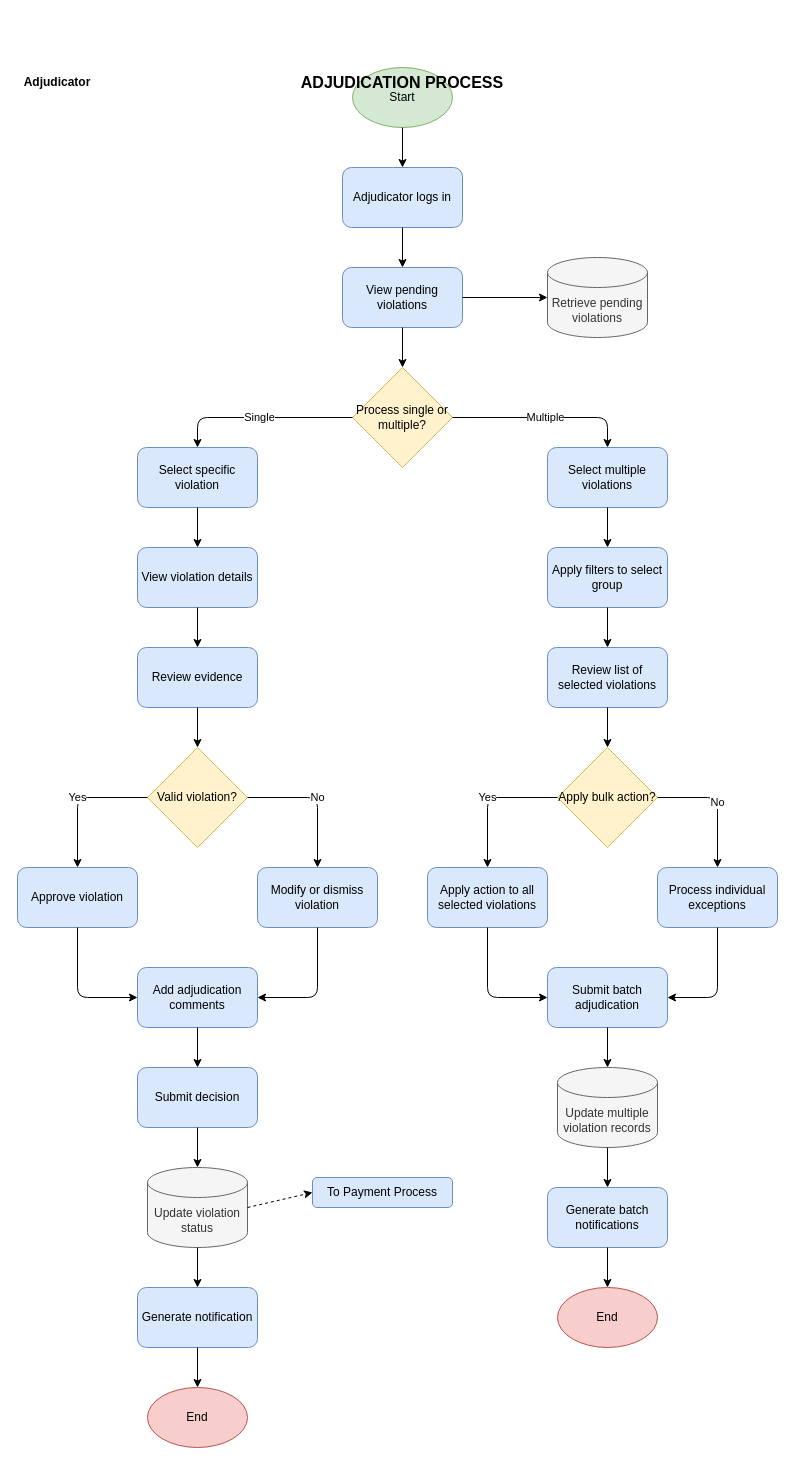
Above: adjudication_process.drawio in PotatoLover169/CTTMO-Traffic-violation-Management-System (draw.io), before the change. Source tidied: cells renumbered, new cells numbered last; positions are measured from the earlier drawing's top-left corner, leaving out a move shared by most shapes. Both pictures are drawn from the tidied source at 100%, with x=0, y=0 at pixel (17, 67).
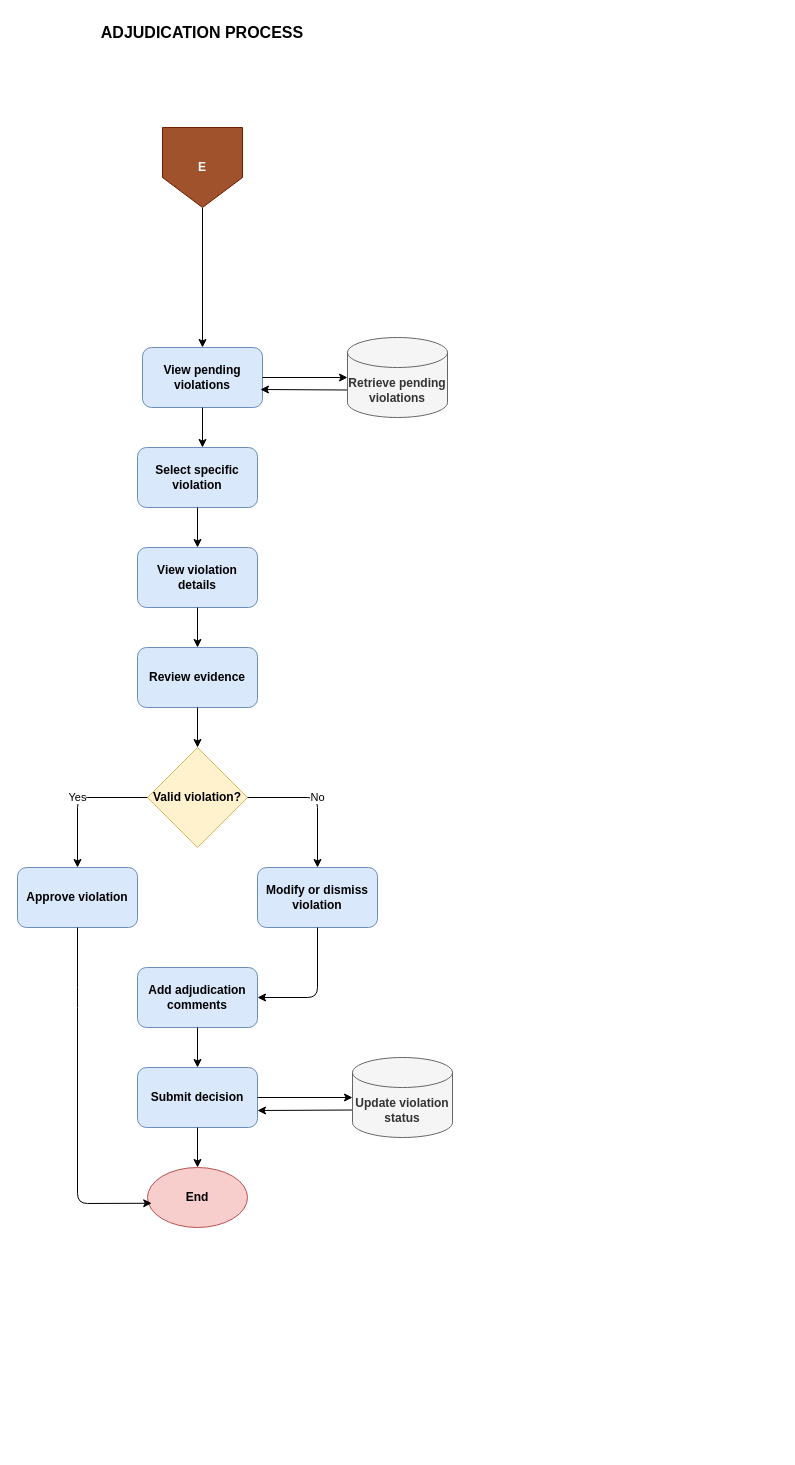
The same diagram, later.

What changed in the source:
```diff
@@
-    <mxCell id="2" value="Start" style="ellipse;whiteSpace=wrap;html=1;fillColor=#d5e8d4;strokeColor=#82b366;" parent="1" vertex="1">
-      <mxGeometry x="335" width="100" height="60" as="geometry" />
-    </mxCell>
-    <mxCell id="3" value="Adjudicator logs in" style="rounded=1;whiteSpace=wrap;html=1;fillColor=#dae8fc;strokeColor=#6c8ebf;" parent="1" vertex="1">
-      <mxGeometry x="325" y="100" width="120" height="60" as="geometry" />
-    </mxCell>
-    <mxCell id="4" value="View pending violations" style="rounded=1;whiteSpace=wrap;html=1;fillColor=#dae8fc;strokeColor=#6c8ebf;" parent="1" vertex="1">
-      <mxGeometry x="325" y="200" width="120" height="60" as="geometry" />
+    <mxCell id="4" value="&lt;b&gt;View pending violations&lt;/b&gt;" style="rounded=1;whiteSpace=wrap;html=1;fillColor=#dae8fc;strokeColor=#6c8ebf;" parent="1" vertex="1">
+      <mxGeometry x="125" y="280" width="120" height="60" as="geometry" />
     </mxCell>
+    <mxCell id="59" style="edgeStyle=none;html=1;exitX=0;exitY=0;exitDx=0;exitDy=52.5;exitPerimeter=0;entryX=0.983;entryY=0.7;entryDx=0;entryDy=0;entryPerimeter=0;" parent="1" edge="1" source="5" target="4">
+      <mxGeometry relative="1" as="geometry" />
+    </mxCell>
-    <mxCell id="5" value="Retrieve pending violations" style="shape=cylinder3;whiteSpace=wrap;html=1;boundedLbl=1;backgroundOutline=1;size=15;fillColor=#f5f5f5;fontColor=#333333;strokeColor=#666666;" parent="1" vertex="1">
-      <mxGeometry x="530" y="190" width="100" height="80" as="geometry" />
+    <mxCell id="5" value="&lt;b&gt;Retrieve pending violations&lt;/b&gt;" style="shape=cylinder3;whiteSpace=wrap;html=1;boundedLbl=1;backgroundOutline=1;size=15;fillColor=#f5f5f5;fontColor=#333333;strokeColor=#666666;" parent="1" vertex="1">
+      <mxGeometry x="330" y="270" width="100" height="80" as="geometry" />
     </mxCell>
-    <mxCell id="6" value="Process single or multiple?" style="rhombus;whiteSpace=wrap;html=1;fillColor=#fff2cc;strokeColor=#d6b656;" parent="1" vertex="1">
-      <mxGeometry x="335" y="300" width="100" height="100" as="geometry" />
-    </mxCell>
-    <mxCell id="7" value="Select specific violation" style="rounded=1;whiteSpace=wrap;html=1;fillColor=#dae8fc;strokeColor=#6c8ebf;" parent="1" vertex="1">
+    <mxCell id="7" value="&lt;b&gt;Select specific violation&lt;/b&gt;" style="rounded=1;whiteSpace=wrap;html=1;fillColor=#dae8fc;strokeColor=#6c8ebf;" parent="1" vertex="1">
       <mxGeometry x="120" y="380" width="120" height="60" as="geometry" />
     </mxCell>
-    <mxCell id="8" value="Select multiple violations" style="rounded=1;whiteSpace=wrap;html=1;fillColor=#dae8fc;strokeColor=#6c8ebf;" parent="1" vertex="1">
-      <mxGeometry x="530" y="380" width="120" height="60" as="geometry" />
-    </mxCell>
-    <mxCell id="9" value="View violation details" style="rounded=1;whiteSpace=wrap;html=1;fillColor=#dae8fc;strokeColor=#6c8ebf;" parent="1" vertex="1">
+    <mxCell id="9" value="&lt;b&gt;View violation details&lt;/b&gt;" style="rounded=1;whiteSpace=wrap;html=1;fillColor=#dae8fc;strokeColor=#6c8ebf;" parent="1" vertex="1">
       <mxGeometry x="120" y="480" width="120" height="60" as="geometry" />
     </mxCell>
-    <mxCell id="10" value="Review evidence" style="rounded=1;whiteSpace=wrap;html=1;fillColor=#dae8fc;strokeColor=#6c8ebf;" parent="1" vertex="1">
+    <mxCell id="10" value="&lt;b&gt;Review evidence&lt;/b&gt;" style="rounded=1;whiteSpace=wrap;html=1;fillColor=#dae8fc;strokeColor=#6c8ebf;" parent="1" vertex="1">
       <mxGeometry x="120" y="580" width="120" height="60" as="geometry" />
     </mxCell>
-    <mxCell id="11" value="Valid violation?" style="rhombus;whiteSpace=wrap;html=1;fillColor=#fff2cc;strokeColor=#d6b656;" parent="1" vertex="1">
+    <mxCell id="11" value="&lt;b&gt;Valid violation?&lt;/b&gt;" style="rhombus;whiteSpace=wrap;html=1;fillColor=#fff2cc;strokeColor=#d6b656;" parent="1" vertex="1">
       <mxGeometry x="130" y="680" width="100" height="100" as="geometry" />
     </mxCell>
-    <mxCell id="12" value="Approve violation" style="rounded=1;whiteSpace=wrap;html=1;fillColor=#dae8fc;strokeColor=#6c8ebf;" parent="1" vertex="1">
+    <mxCell id="12" value="&lt;b&gt;Approve violation&lt;/b&gt;" style="rounded=1;whiteSpace=wrap;html=1;fillColor=#dae8fc;strokeColor=#6c8ebf;" parent="1" vertex="1">
       <mxGeometry y="800" width="120" height="60" as="geometry" />
     </mxCell>
-    <mxCell id="13" value="Modify or dismiss violation" style="rounded=1;whiteSpace=wrap;html=1;fillColor=#dae8fc;strokeColor=#6c8ebf;" parent="1" vertex="1">
+    <mxCell id="13" value="&lt;b&gt;Modify or dismiss violation&lt;/b&gt;" style="rounded=1;whiteSpace=wrap;html=1;fillColor=#dae8fc;strokeColor=#6c8ebf;" parent="1" vertex="1">
       <mxGeometry x="240" y="800" width="120" height="60" as="geometry" />
     </mxCell>
-    <mxCell id="14" value="Add adjudication comments" style="rounded=1;whiteSpace=wrap;html=1;fillColor=#dae8fc;strokeColor=#6c8ebf;" parent="1" vertex="1">
+    <mxCell id="14" value="&lt;b&gt;Add adjudication comments&lt;/b&gt;" style="rounded=1;whiteSpace=wrap;html=1;fillColor=#dae8fc;strokeColor=#6c8ebf;" parent="1" vertex="1">
       <mxGeometry x="120" y="900" width="120" height="60" as="geometry" />
     </mxCell>
-    <mxCell id="15" value="Submit decision" style="rounded=1;whiteSpace=wrap;html=1;fillColor=#dae8fc;strokeColor=#6c8ebf;" parent="1" vertex="1">
+    <mxCell id="15" value="&lt;b&gt;Submit decision&lt;/b&gt;" style="rounded=1;whiteSpace=wrap;html=1;fillColor=#dae8fc;strokeColor=#6c8ebf;" parent="1" vertex="1">
       <mxGeometry x="120" y="1000" width="120" height="60" as="geometry" />
     </mxCell>
-    <mxCell id="16" value="Update violation status" style="shape=cylinder3;whiteSpace=wrap;html=1;boundedLbl=1;backgroundOutline=1;size=15;fillColor=#f5f5f5;fontColor=#333333;strokeColor=#666666;" parent="1" vertex="1">
-      <mxGeometry x="130" y="1100" width="100" height="80" as="geometry" />
-    </mxCell>
-    <mxCell id="17" value="Generate notification" style="rounded=1;whiteSpace=wrap;html=1;fillColor=#dae8fc;strokeColor=#6c8ebf;" parent="1" vertex="1">
-      <mxGeometry x="120" y="1220" width="120" height="60" as="geometry" />
-    </mxCell>
-    <mxCell id="18" value="End" style="ellipse;whiteSpace=wrap;html=1;fillColor=#f8cecc;strokeColor=#b85450;" parent="1" vertex="1">
-      <mxGeometry x="130" y="1320" width="100" height="60" as="geometry" />
+    <mxCell id="18" value="&lt;b&gt;End&lt;/b&gt;" style="ellipse;whiteSpace=wrap;html=1;fillColor=#f8cecc;strokeColor=#b85450;" parent="1" vertex="1">
+      <mxGeometry x="130" y="1100" width="100" height="60" as="geometry" />
     </mxCell>
-    <mxCell id="19" value="Apply filters to select group" style="rounded=1;whiteSpace=wrap;html=1;fillColor=#dae8fc;strokeColor=#6c8ebf;" parent="1" vertex="1">
-      <mxGeometry x="530" y="480" width="120" height="60" as="geometry" />
-    </mxCell>
-    <mxCell id="20" value="Review list of selected violations" style="rounded=1;whiteSpace=wrap;html=1;fillColor=#dae8fc;strokeColor=#6c8ebf;" parent="1" vertex="1">
-      <mxGeometry x="530" y="580" width="120" height="60" as="geometry" />
-    </mxCell>
-    <mxCell id="21" value="Apply bulk action?" style="rhombus;whiteSpace=wrap;html=1;fillColor=#fff2cc;strokeColor=#d6b656;" parent="1" vertex="1">
-      <mxGeometry x="540" y="680" width="100" height="100" as="geometry" />
-    </mxCell>
-    <mxCell id="22" value="Process individual exceptions" style="rounded=1;whiteSpace=wrap;html=1;fillColor=#dae8fc;strokeColor=#6c8ebf;" parent="1" vertex="1">
-      <mxGeometry x="640" y="800" width="120" height="60" as="geometry" />
-    </mxCell>
-    <mxCell id="23" value="Apply action to all selected violations" style="rounded=1;whiteSpace=wrap;html=1;fillColor=#dae8fc;strokeColor=#6c8ebf;" parent="1" vertex="1">
-      <mxGeometry x="410" y="800" width="120" height="60" as="geometry" />
-    </mxCell>
-    <mxCell id="24" value="Submit batch adjudication" style="rounded=1;whiteSpace=wrap;html=1;fillColor=#dae8fc;strokeColor=#6c8ebf;" parent="1" vertex="1">
-      <mxGeometry x="530" y="900" width="120" height="60" as="geometry" />
-    </mxCell>
-    <mxCell id="25" value="Update multiple violation records" style="shape=cylinder3;whiteSpace=wrap;html=1;boundedLbl=1;backgroundOutline=1;size=15;fillColor=#f5f5f5;fontColor=#333333;strokeColor=#666666;" parent="1" vertex="1">
-      <mxGeometry x="540" y="1000" width="100" height="80" as="geometry" />
-    </mxCell>
-    <mxCell id="26" value="Generate batch notifications" style="rounded=1;whiteSpace=wrap;html=1;fillColor=#dae8fc;strokeColor=#6c8ebf;" parent="1" vertex="1">
-      <mxGeometry x="530" y="1120" width="120" height="60" as="geometry" />
-    </mxCell>
-    <mxCell id="27" value="End" style="ellipse;whiteSpace=wrap;html=1;fillColor=#f8cecc;strokeColor=#b85450;" parent="1" vertex="1">
-      <mxGeometry x="540" y="1220" width="100" height="60" as="geometry" />
-    </mxCell>
-    <mxCell id="28" style="endArrow=classic;html=1;exitX=0.5;exitY=1;exitDx=0;exitDy=0;entryX=0.5;entryY=0;entryDx=0;entryDy=0;" parent="1" edge="1" source="2" target="3">
-      <mxGeometry relative="1" as="geometry" />
+    <mxCell id="28" style="endArrow=classic;html=1;exitX=0.5;exitY=1;exitDx=0;exitDy=0;entryX=0.5;entryY=0;entryDx=0;entryDy=0;" parent="1" edge="1" target="4">
+      <mxGeometry relative="1" as="geometry">
+        <mxPoint x="185" y="140" as="sourcePoint" />
+      </mxGeometry>
     </mxCell>
-    <mxCell id="29" style="endArrow=classic;html=1;exitX=0.5;exitY=1;exitDx=0;exitDy=0;entryX=0.5;entryY=0;entryDx=0;entryDy=0;" parent="1" edge="1" source="3" target="4">
-      <mxGeometry relative="1" as="geometry" />
-    </mxCell>
@@
-    <mxCell id="31" style="endArrow=classic;html=1;exitX=0.5;exitY=1;exitDx=0;exitDy=0;entryX=0.5;entryY=0;entryDx=0;entryDy=0;" parent="1" edge="1" source="4" target="6">
-      <mxGeometry relative="1" as="geometry" />
+    <mxCell id="31" style="endArrow=classic;html=1;exitX=0.5;exitY=1;exitDx=0;exitDy=0;entryX=0.5;entryY=0;entryDx=0;entryDy=0;" parent="1" edge="1" source="4">
+      <mxGeometry relative="1" as="geometry">
+        <mxPoint x="185" y="380" as="targetPoint" />
+      </mxGeometry>
     </mxCell>
-    <mxCell id="32" value="Single" style="endArrow=classic;html=1;exitX=0;exitY=0.5;exitDx=0;exitDy=0;entryX=0.5;entryY=0;entryDx=0;entryDy=0;" parent="1" edge="1" source="6" target="7">
-      <mxGeometry relative="1" as="geometry">
-        <Array as="points">
-          <mxPoint x="180" y="350" />
-        </Array>
-      </mxGeometry>
-    </mxCell>
-    <mxCell id="33" value="Multiple" style="endArrow=classic;html=1;exitX=1;exitY=0.5;exitDx=0;exitDy=0;entryX=0.5;entryY=0;entryDx=0;entryDy=0;" parent="1" edge="1" source="6" target="8">
-      <mxGeometry relative="1" as="geometry">
-        <Array as="points">
-          <mxPoint x="590" y="350" />
-        </Array>
-      </mxGeometry>
-    </mxCell>
@@
-    <mxCell id="39" style="endArrow=classic;html=1;exitX=0.5;exitY=1;exitDx=0;exitDy=0;entryX=0;entryY=0.5;entryDx=0;entryDy=0;" parent="1" edge="1" source="12" target="14">
+    <mxCell id="39" style="endArrow=classic;html=1;exitX=0.5;exitY=1;exitDx=0;exitDy=0;entryX=0.042;entryY=0.596;entryDx=0;entryDy=0;entryPerimeter=0;" parent="1" edge="1" source="12" target="18">
       <mxGeometry relative="1" as="geometry">
         <Array as="points">
           <mxPoint x="60" y="930" />
+          <mxPoint x="60" y="1136" />
         </Array>
       </mxGeometry>
     </mxCell>
@@
-    <mxCell id="42" style="endArrow=classic;html=1;exitX=0.5;exitY=1;exitDx=0;exitDy=0;entryX=0.5;entryY=0;entryDx=0;entryDy=0;" parent="1" edge="1" source="15" target="16">
-      <mxGeometry relative="1" as="geometry" />
+    <mxCell id="42" style="endArrow=classic;html=1;exitX=0.5;exitY=1;exitDx=0;exitDy=0;entryX=0.5;entryY=0;entryDx=0;entryDy=0;" parent="1" edge="1" source="15">
+      <mxGeometry relative="1" as="geometry">
+        <mxPoint x="180" y="1100" as="targetPoint" />
+      </mxGeometry>
     </mxCell>
-    <mxCell id="43" style="endArrow=classic;html=1;exitX=0.5;exitY=1;exitDx=0;exitDy=0;entryX=0.5;entryY=0;entryDx=0;entryDy=0;" parent="1" edge="1" source="16" target="17">
-      <mxGeometry relative="1" as="geometry" />
-    </mxCell>
-    <mxCell id="44" style="endArrow=classic;html=1;exitX=0.5;exitY=1;exitDx=0;exitDy=0;entryX=0.5;entryY=0;entryDx=0;entryDy=0;" parent="1" edge="1" source="17" target="18">
-      <mxGeometry relative="1" as="geometry" />
-    </mxCell>
-    <mxCell id="45" style="endArrow=classic;html=1;exitX=0.5;exitY=1;exitDx=0;exitDy=0;entryX=0.5;entryY=0;entryDx=0;entryDy=0;" parent="1" edge="1" source="8" target="19">
-      <mxGeometry relative="1" as="geometry" />
-    </mxCell>
-    <mxCell id="46" style="endArrow=classic;html=1;exitX=0.5;exitY=1;exitDx=0;exitDy=0;entryX=0.5;entryY=0;entryDx=0;entryDy=0;" parent="1" edge="1" source="19" target="20">
-      <mxGeometry relative="1" as="geometry" />
-    </mxCell>
-    <mxCell id="47" style="endArrow=classic;html=1;exitX=0.5;exitY=1;exitDx=0;exitDy=0;entryX=0.5;entryY=0;entryDx=0;entryDy=0;" parent="1" edge="1" source="20" target="21">
-      <mxGeometry relative="1" as="geometry" />
-    </mxCell>
-    <mxCell id="48" value="Yes" style="endArrow=classic;html=1;exitX=0;exitY=0.5;exitDx=0;exitDy=0;entryX=0.5;entryY=0;entryDx=0;entryDy=0;" parent="1" edge="1" source="21" target="23">
-      <mxGeometry relative="1" as="geometry">
-        <Array as="points">
-          <mxPoint x="470" y="730" />
-        </Array>
-      </mxGeometry>
-    </mxCell>
-    <mxCell id="49" value="No" style="endArrow=classic;html=1;exitX=1;exitY=0.5;exitDx=0;exitDy=0;entryX=0.5;entryY=0;entryDx=0;entryDy=0;" parent="1" edge="1" source="21" target="22">
-      <mxGeometry relative="1" as="geometry">
-        <Array as="points">
-          <mxPoint x="700" y="730" />
-        </Array>
-      </mxGeometry>
-    </mxCell>
-    <mxCell id="50" style="endArrow=classic;html=1;exitX=0.5;exitY=1;exitDx=0;exitDy=0;entryX=0;entryY=0.5;entryDx=0;entryDy=0;" parent="1" edge="1" source="23" target="24">
-      <mxGeometry relative="1" as="geometry">
-        <Array as="points">
-          <mxPoint x="470" y="930" />
-        </Array>
-      </mxGeometry>
-    </mxCell>
-    <mxCell id="51" style="endArrow=classic;html=1;exitX=0.5;exitY=1;exitDx=0;exitDy=0;entryX=1;entryY=0.5;entryDx=0;entryDy=0;" parent="1" edge="1" source="22" target="24">
-      <mxGeometry relative="1" as="geometry">
-        <Array as="points">
-          <mxPoint x="700" y="930" />
-        </Array>
-      </mxGeometry>
-    </mxCell>
-    <mxCell id="52" style="endArrow=classic;html=1;exitX=0.5;exitY=1;exitDx=0;exitDy=0;entryX=0.5;entryY=0;entryDx=0;entryDy=0;" parent="1" edge="1" source="24" target="25">
-      <mxGeometry relative="1" as="geometry" />
-    </mxCell>
-    <mxCell id="53" style="endArrow=classic;html=1;exitX=0.5;exitY=1;exitDx=0;exitDy=0;entryX=0.5;entryY=0;entryDx=0;entryDy=0;" parent="1" edge="1" source="25" target="26">
-      <mxGeometry relative="1" as="geometry" />
-    </mxCell>
-    <mxCell id="54" style="endArrow=classic;html=1;exitX=0.5;exitY=1;exitDx=0;exitDy=0;entryX=0.5;entryY=0;entryDx=0;entryDy=0;" parent="1" edge="1" source="26" target="27">
-      <mxGeometry relative="1" as="geometry" />
-    </mxCell>
-    <mxCell id="55" value="To Payment Process" style="text;html=1;strokeColor=#6c8ebf;fillColor=#dae8fc;align=center;verticalAlign=middle;whiteSpace=wrap;rounded=1;" parent="1" vertex="1">
-      <mxGeometry x="295" y="1110" width="140" height="30" as="geometry" />
-    </mxCell>
-    <mxCell id="56" style="endArrow=classic;html=1;dashed=1;exitX=1;exitY=0.5;exitDx=0;exitDy=0;entryX=0;entryY=0.5;entryDx=0;entryDy=0;" parent="1" edge="1" source="16" target="55">
-      <mxGeometry relative="1" as="geometry" />
-    </mxCell>
     <mxCell id="57" value="ADJUDICATION PROCESS" style="text;html=1;strokeColor=none;fillColor=none;align=center;verticalAlign=middle;whiteSpace=wrap;rounded=0;fontSize=16;fontStyle=1;" parent="1" vertex="1">
-      <mxGeometry x="260" width="250" height="30" as="geometry" />
+      <mxGeometry x="60" y="-50" width="250" height="30" as="geometry" />
     </mxCell>
-    <mxCell id="58" value="Adjudicator" style="text;html=1;strokeColor=none;fillColor=none;align=center;verticalAlign=middle;whiteSpace=wrap;rounded=0;fontStyle=1;" parent="1" vertex="1">
-      <mxGeometry width="80" height="30" as="geometry" />
-    </mxCell>
+    <mxCell id="60" style="edgeStyle=none;html=1;exitX=0;exitY=0;exitDx=0;exitDy=52.5;exitPerimeter=0;" parent="1" edge="1" source="16">
+      <mxGeometry relative="1" as="geometry">
+        <mxPoint x="240" y="1043" as="targetPoint" />
+      </mxGeometry>
+    </mxCell>
+    <mxCell id="16" value="&lt;b&gt;Update violation status&lt;/b&gt;" style="shape=cylinder3;whiteSpace=wrap;html=1;boundedLbl=1;backgroundOutline=1;size=15;fillColor=#f5f5f5;fontColor=#333333;strokeColor=#666666;" parent="1" vertex="1">
+      <mxGeometry x="335" y="990" width="100" height="80" as="geometry" />
+    </mxCell>
+    <mxCell id="61" style="edgeStyle=none;html=1;entryX=0;entryY=0.5;entryDx=0;entryDy=0;entryPerimeter=0;" parent="1" edge="1" source="15" target="16">
+      <mxGeometry relative="1" as="geometry" />
+    </mxCell>
+    <mxCell id="62" value="&lt;b&gt;&lt;font style=&quot;color: rgb(255, 255, 255);&quot;&gt;E&lt;/font&gt;&lt;/b&gt;" style="shape=offPageConnector;whiteSpace=wrap;html=1;fillColor=#a0522d;fontColor=#ffffff;strokeColor=#6D1F00;" parent="1" vertex="1">
+      <mxGeometry x="145" y="60" width="80" height="80" as="geometry" />
+    </mxCell>
```
